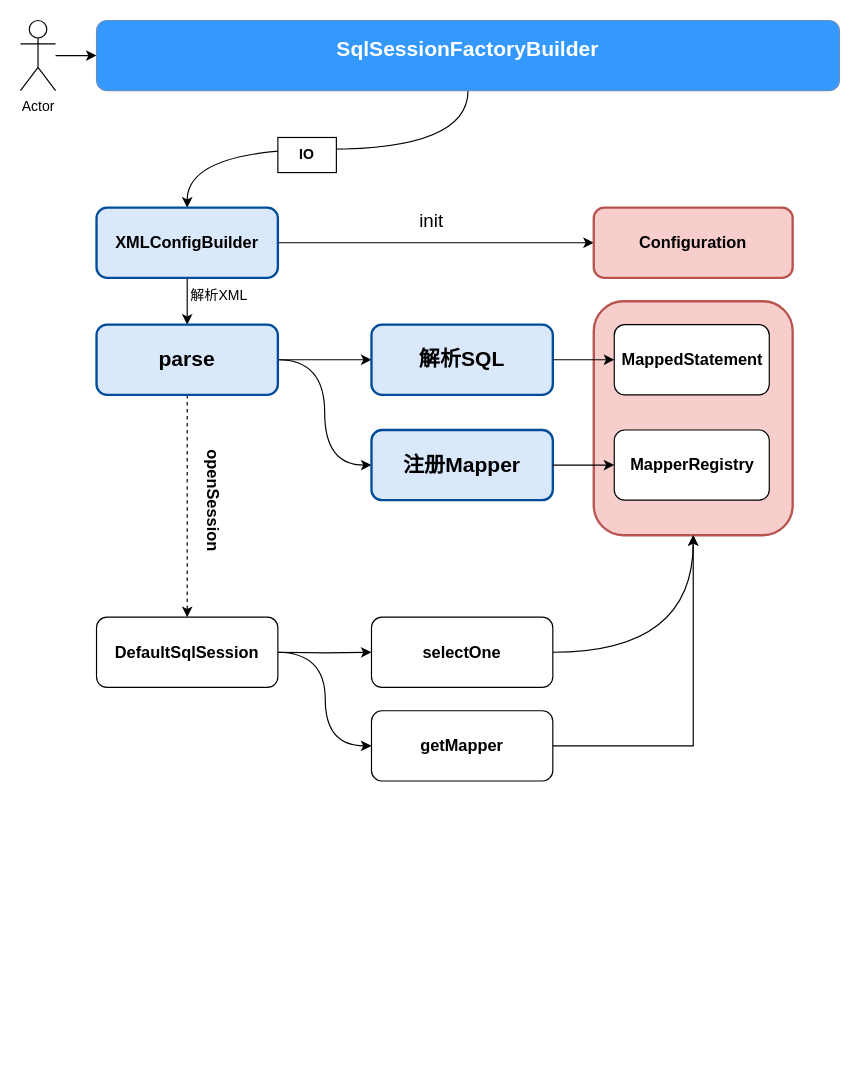
Above: 数据库/未命名绘图.drawio in xuzhanliang/notebook (draw.io), before the change. Source tidied: cells renumbered, new cells numbered last; positions are measured from the earlier drawing's top-left corner, leaving out a move shared by most shapes. Both pictures are drawn from the tidied source at 117%, with x=0, y=0 at pixel (20, 20).
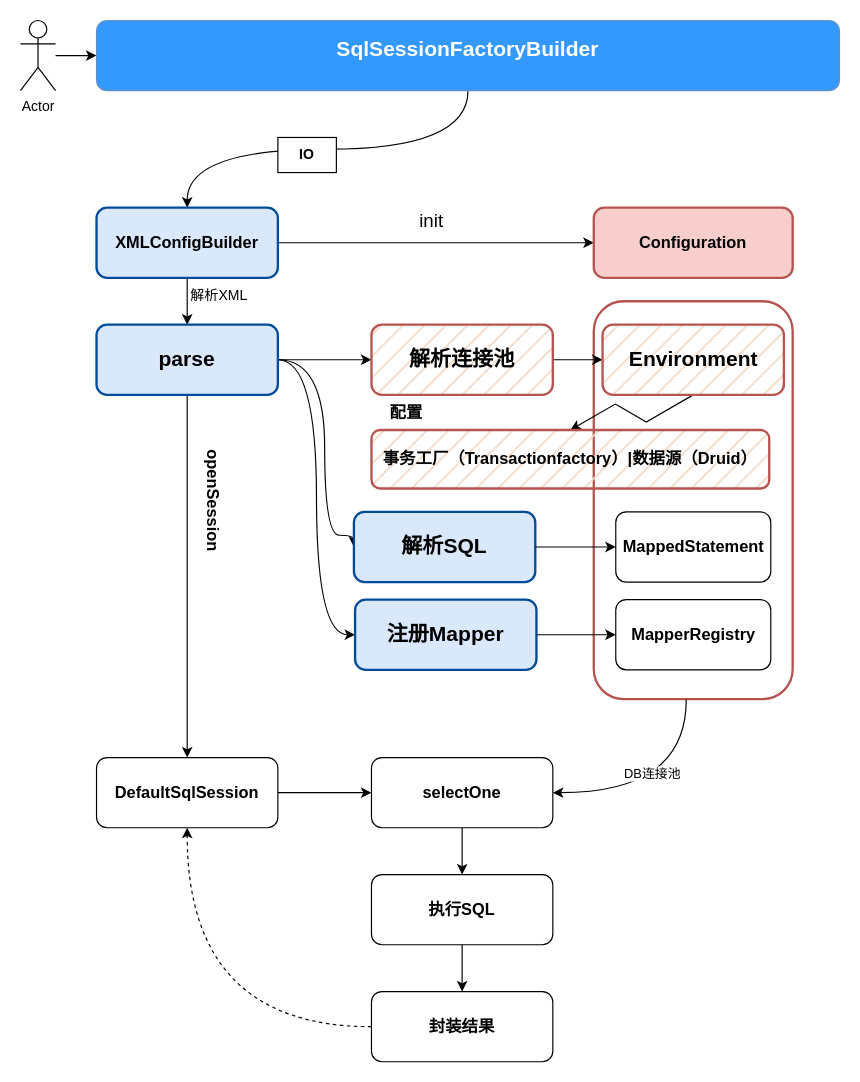
Above is the later version.

Commit message:
small-mybatis-数据源的解析、创建和使用.drawio

Unchanged cells that the change refers to:
```xml
<mxCell id="14" value="&lt;font style=&quot;font-size: 18px;&quot;&gt;&lt;b&gt;parse&lt;/b&gt;&lt;/font&gt;" style="whiteSpace=wrap;html=1;fillColor=#dae8fc;strokeColor=#004C99;rounded=1;glass=0;shadow=0;gradientColor=none;strokeWidth=2;" parent="1" vertex="1">
  <mxGeometry x="65" y="260" width="155" height="60" as="geometry" />
</mxCell>
```

What changed in the source:
```diff
@@
-    <mxCell id="11" style="edgeStyle=orthogonalEdgeStyle;rounded=0;jettySize=auto;html=1;" parent="1" edge="1" source="14" target="17">
-      <mxGeometry relative="1" as="geometry" />
+    <mxCell id="11" style="edgeStyle=orthogonalEdgeStyle;rounded=0;jettySize=auto;html=1;curved=1;exitX=1;exitY=0.5;exitDx=0;exitDy=0;entryX=0;entryY=0.5;entryDx=0;entryDy=0;" parent="1" edge="1" source="14" target="17">
+      <mxGeometry relative="1" as="geometry">
+        <Array as="points">
+          <mxPoint x="260" y="290" />
+          <mxPoint x="260" y="440" />
+          <mxPoint x="285" y="440" />
+        </Array>
+      </mxGeometry>
     </mxCell>
@@
-    <mxCell id="13" style="edgeStyle=orthogonalEdgeStyle;rounded=0;jettySize=auto;html=1;dashed=1;" parent="1" edge="1" source="14">
-      <mxGeometry relative="1" as="geometry">
-        <mxPoint x="142.5" y="510" as="targetPoint" />
-      </mxGeometry>
+    <mxCell id="13" style="edgeStyle=orthogonalEdgeStyle;rounded=0;jettySize=auto;html=1;entryX=0.5;entryY=0;entryDx=0;entryDy=0;" parent="1" edge="1" source="14" target="22">
+      <mxGeometry relative="1" as="geometry" />
     </mxCell>
+    <mxCell id="32" style="edgeStyle=orthogonalEdgeStyle;rounded=0;jettySize=auto;html=1;" parent="1" edge="1" source="14" target="37">
+      <mxGeometry relative="1" as="geometry" />
+    </mxCell>
@@
     <mxCell id="17" value="&lt;font style=&quot;font-size: 18px;&quot;&gt;&lt;b&gt;解析SQL&lt;/b&gt;&lt;/font&gt;" style="whiteSpace=wrap;html=1;fillColor=#dae8fc;strokeColor=#004C99;rounded=1;glass=0;shadow=0;gradientColor=none;strokeWidth=2;" parent="1" vertex="1">
-      <mxGeometry x="300" y="260" width="155" height="60" as="geometry" />
+      <mxGeometry x="285" y="420" width="155" height="60" as="geometry" />
     </mxCell>
     <mxCell id="18" value="&lt;font style=&quot;font-size: 18px;&quot;&gt;&lt;b&gt;注册Mapper&lt;/b&gt;&lt;/font&gt;" style="whiteSpace=wrap;html=1;fillColor=#dae8fc;strokeColor=#004C99;rounded=1;glass=0;shadow=0;gradientColor=none;strokeWidth=2;" parent="1" vertex="1">
-      <mxGeometry x="300" y="350" width="155" height="60" as="geometry" />
+      <mxGeometry x="286" y="495" width="155" height="60" as="geometry" />
     </mxCell>
-    <mxCell id="19" style="rounded=1;whiteSpace=wrap;html=1;fillColor=#f8cecc;strokeColor=#b85450;glass=0;shadow=0;strokeWidth=2;" parent="1" vertex="1">
-      <mxGeometry x="490" y="240" width="170" height="200" as="geometry" />
+    <mxCell id="19" style="rounded=1;whiteSpace=wrap;html=1;fillColor=none;strokeColor=#b85450;glass=0;shadow=0;strokeWidth=2;" parent="1" vertex="1">
+      <mxGeometry x="490" y="240" width="170" height="340" as="geometry" />
     </mxCell>
     <mxCell id="20" value="&lt;b&gt;&lt;font style=&quot;font-size: 14px;&quot;&gt;MappedStatement&lt;/font&gt;&lt;/b&gt;" style="rounded=1;whiteSpace=wrap;html=1;" parent="1" vertex="1">
-      <mxGeometry x="507.5" y="260" width="132.5" height="60" as="geometry" />
+      <mxGeometry x="508.8" y="420" width="132.5" height="60" as="geometry" />
     </mxCell>
     <mxCell id="21" value="&lt;b&gt;&lt;font style=&quot;font-size: 14px;&quot;&gt;MapperRegistry&lt;/font&gt;&lt;/b&gt;" style="rounded=1;whiteSpace=wrap;html=1;" parent="1" vertex="1">
-      <mxGeometry x="507.5" y="350" width="132.5" height="60" as="geometry" />
+      <mxGeometry x="508.8" y="495" width="132.5" height="60" as="geometry" />
     </mxCell>
     <mxCell id="22" value="&lt;b&gt;&lt;font style=&quot;font-size: 14px;&quot;&gt;DefaultSqlSession&lt;/font&gt;&lt;/b&gt;" style="rounded=1;whiteSpace=wrap;html=1;" parent="1" vertex="1">
-      <mxGeometry x="65" y="510" width="155" height="60" as="geometry" />
+      <mxGeometry x="65" y="630" width="155" height="60" as="geometry" />
     </mxCell>
-    <mxCell id="23" style="edgeStyle=orthogonalEdgeStyle;rounded=0;jettySize=auto;html=1;entryX=0;entryY=0.5;entryDx=0;entryDy=0;" parent="1" edge="1" target="26">
-      <mxGeometry relative="1" as="geometry">
-        <mxPoint x="220" y="540" as="sourcePoint" />
-      </mxGeometry>
+    <mxCell id="23" style="edgeStyle=orthogonalEdgeStyle;rounded=0;jettySize=auto;html=1;entryX=0;entryY=0.5;entryDx=0;entryDy=0;exitX=1;exitY=0.5;exitDx=0;exitDy=0;" parent="1" edge="1" source="22" target="26">
+      <mxGeometry relative="1" as="geometry" />
     </mxCell>
-    <mxCell id="24" style="edgeStyle=orthogonalEdgeStyle;rounded=0;jettySize=auto;html=1;exitX=1;exitY=0.5;exitDx=0;exitDy=0;curved=1;entryX=0;entryY=0.5;entryDx=0;entryDy=0;" parent="1" edge="1" target="28">
-      <mxGeometry relative="1" as="geometry">
-        <mxPoint x="220" y="540" as="sourcePoint" />
-      </mxGeometry>
-    </mxCell>
-    <mxCell id="25" style="edgeStyle=orthogonalEdgeStyle;rounded=0;jettySize=auto;html=1;entryX=0.5;entryY=1;entryDx=0;entryDy=0;curved=1;" parent="1" edge="1" source="26" target="19">
+    <mxCell id="25" style="edgeStyle=orthogonalEdgeStyle;rounded=0;jettySize=auto;html=1;entryX=1;entryY=0.5;entryDx=0;entryDy=0;curved=1;exitX=0.465;exitY=1.001;exitDx=0;exitDy=0;exitPerimeter=0;" parent="1" edge="1" source="19" target="26">
       <mxGeometry relative="1" as="geometry" />
     </mxCell>
+    <mxCell id="33" value="DB连接池" style="edgeLabel;html=1;align=center;verticalAlign=middle;" parent="25" vertex="1">
+      <mxGeometry x="0.12" y="-17" relative="1" as="geometry" />
+    </mxCell>
+    <mxCell id="34" style="edgeStyle=orthogonalEdgeStyle;rounded=0;jettySize=auto;html=1;" parent="1" edge="1" source="26" target="28">
+      <mxGeometry relative="1" as="geometry" />
+    </mxCell>
     <mxCell id="26" value="&lt;b&gt;&lt;font style=&quot;font-size: 14px;&quot;&gt;selectOne&lt;/font&gt;&lt;/b&gt;" style="rounded=1;whiteSpace=wrap;html=1;" parent="1" vertex="1">
-      <mxGeometry x="300" y="510" width="155" height="60" as="geometry" />
+      <mxGeometry x="300" y="630" width="155" height="60" as="geometry" />
     </mxCell>
-    <mxCell id="27" style="edgeStyle=orthogonalEdgeStyle;rounded=0;jettySize=auto;html=1;entryX=0.5;entryY=1;entryDx=0;entryDy=0;" parent="1" edge="1" source="28" target="19">
-      <mxGeometry relative="1" as="geometry" />
-    </mxCell>
+    <mxCell id="35" style="edgeStyle=orthogonalEdgeStyle;rounded=0;jettySize=auto;html=1;" parent="1" edge="1" source="28" target="43">
+      <mxGeometry relative="1" as="geometry" />
+    </mxCell>
-    <mxCell id="28" value="&lt;b&gt;&lt;font style=&quot;font-size: 14px;&quot;&gt;getMapper&lt;/font&gt;&lt;/b&gt;" style="rounded=1;whiteSpace=wrap;html=1;" parent="1" vertex="1">
-      <mxGeometry x="300" y="590" width="155" height="60" as="geometry" />
+    <mxCell id="28" value="&lt;b&gt;&lt;font style=&quot;font-size: 14px;&quot;&gt;执行SQL&lt;/font&gt;&lt;/b&gt;" style="rounded=1;whiteSpace=wrap;html=1;" parent="1" vertex="1">
+      <mxGeometry x="300" y="730" width="155" height="60" as="geometry" />
     </mxCell>
@@
+    <mxCell id="36" style="edgeStyle=orthogonalEdgeStyle;rounded=0;jettySize=auto;html=1;entryX=0;entryY=0.5;entryDx=0;entryDy=0;" parent="1" edge="1" source="37" target="39">
+      <mxGeometry relative="1" as="geometry" />
+    </mxCell>
+    <mxCell id="37" value="&lt;font style=&quot;font-size: 18px;&quot;&gt;&lt;b&gt;解析连接池&lt;/b&gt;&lt;/font&gt;" style="whiteSpace=wrap;html=1;fillColor=#f2dbc7;strokeColor=#b85450;rounded=1;glass=0;shadow=0;strokeWidth=2;fillStyle=hatch;gradientColor=none;" parent="1" vertex="1">
+      <mxGeometry x="300" y="260" width="155" height="60" as="geometry" />
+    </mxCell>
+    <mxCell id="38" style="edgeStyle=isometricEdgeStyle;rounded=0;jettySize=auto;html=1;entryX=0.5;entryY=0;entryDx=0;entryDy=0;exitX=0.5;exitY=1;exitDx=0;exitDy=0;" parent="1" edge="1" source="39" target="40">
+      <mxGeometry relative="1" as="geometry">
+        <Array as="points">
+          <mxPoint x="512.1" y="330" />
+        </Array>
+      </mxGeometry>
+    </mxCell>
+    <mxCell id="39" value="&lt;font style=&quot;font-size: 18px;&quot;&gt;&lt;b&gt;Environment&lt;/b&gt;&lt;/font&gt;" style="whiteSpace=wrap;html=1;fillColor=#f2dbc7;strokeColor=#b85450;rounded=1;glass=0;shadow=0;strokeWidth=2;fillStyle=hatch;gradientColor=none;" parent="1" vertex="1">
+      <mxGeometry x="497.5" y="260" width="155" height="60" as="geometry" />
+    </mxCell>
+    <mxCell id="40" value="&lt;font size=&quot;1&quot; style=&quot;&quot;&gt;&lt;b style=&quot;font-size: 14px;&quot;&gt;事务工厂（Transactionfactory）|数据源（Druid）&lt;/b&gt;&lt;/font&gt;" style="whiteSpace=wrap;html=1;fillColor=#f2dbc7;strokeColor=#b85450;rounded=1;glass=0;shadow=0;strokeWidth=2;fillStyle=hatch;gradientColor=none;" parent="1" vertex="1">
+      <mxGeometry x="300" y="350" width="340" height="50" as="geometry" />
+    </mxCell>
+    <mxCell id="41" value="&lt;font style=&quot;font-size: 14px;&quot;&gt;&lt;b&gt;配置&lt;/b&gt;&lt;/font&gt;" style="text;html=1;align=center;verticalAlign=middle;whiteSpace=wrap;rounded=0;" parent="1" vertex="1">
+      <mxGeometry x="300" y="320" width="60" height="30" as="geometry" />
+    </mxCell>
+    <mxCell id="42" style="edgeStyle=orthogonalEdgeStyle;rounded=0;jettySize=auto;html=1;entryX=0.5;entryY=1;entryDx=0;entryDy=0;dashed=1;curved=1;" parent="1" edge="1" source="43" target="22">
+      <mxGeometry relative="1" as="geometry" />
+    </mxCell>
+    <mxCell id="43" value="&lt;span style=&quot;font-size: 14px;&quot;&gt;&lt;b&gt;封装结果&lt;/b&gt;&lt;/span&gt;" style="rounded=1;whiteSpace=wrap;html=1;" parent="1" vertex="1">
+      <mxGeometry x="300" y="830" width="155" height="60" as="geometry" />
+    </mxCell>
```
